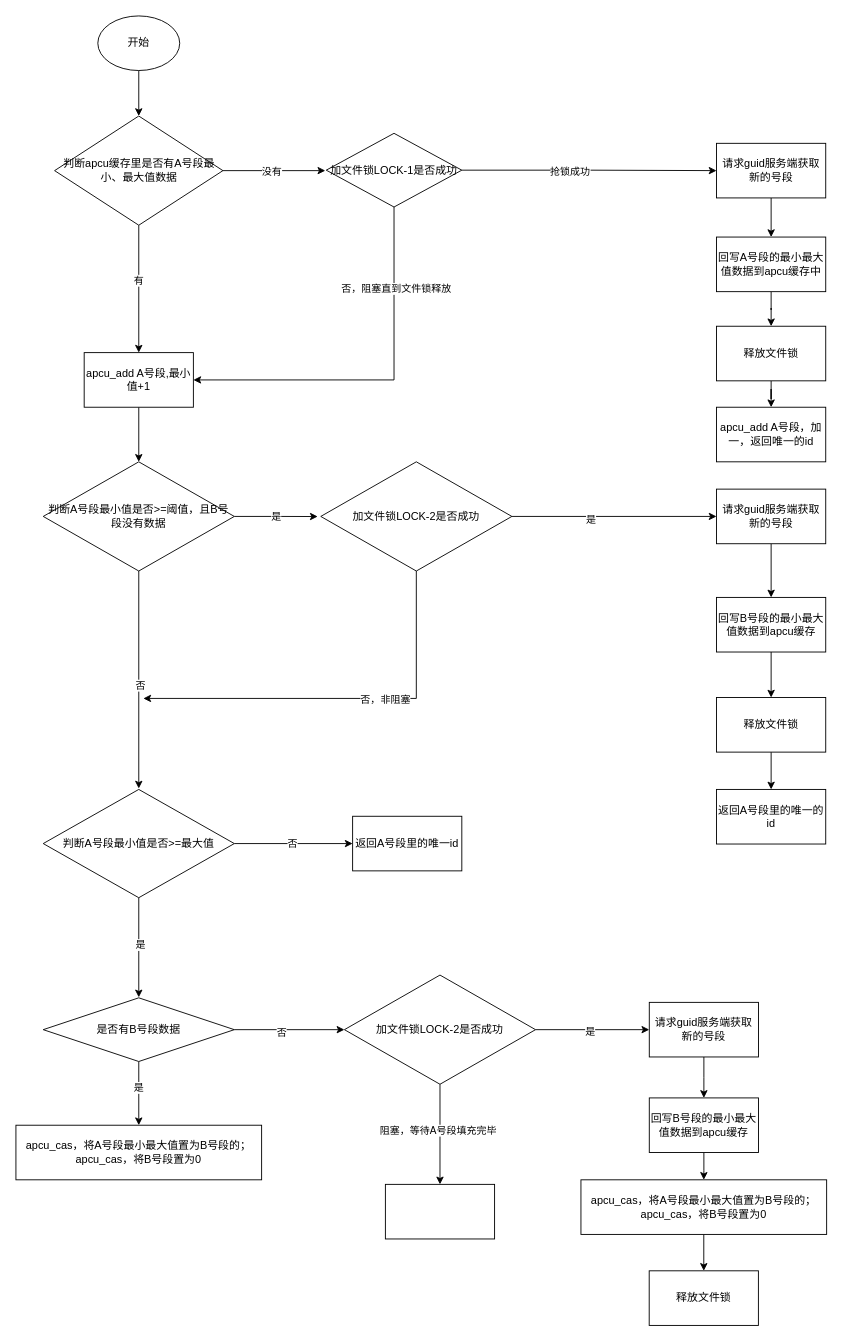
This is 全局唯一id服务-v1.drawio from yuanlj-tea/picgo, a draw.io file, before an edit. Source tidied: cells renumbered, new cells numbered last; positions are measured from the earlier drawing's top-left corner, leaving out a move shared by most shapes. Both pictures are drawn from the tidied source at 91%, with x=0, y=0 at pixel (15, 15).
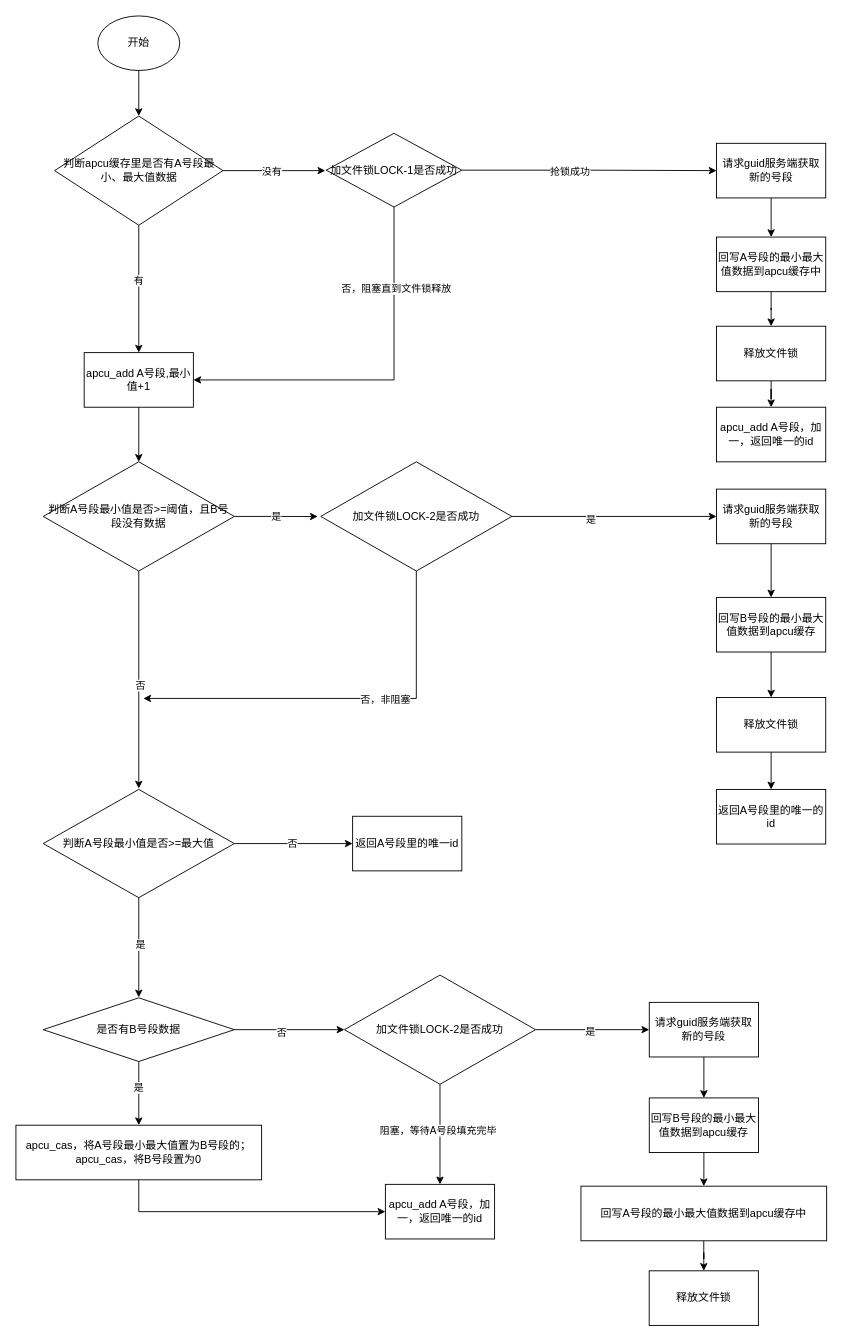
The same diagram, later.

Commit message:
更新全局唯一id服务-v1.drawio

Unchanged cells that the change refers to:
```xml
<mxCell id="51" value="apcu_cas，将A号段最小最大值置为B号段的；&lt;br&gt;apcu_cas，将B号段置为0" style="whiteSpace=wrap;html=1;" parent="1" vertex="1">
  <mxGeometry y="1219" width="270" height="60" as="geometry" />
</mxCell>
```

The edit, as a diff of the source:
```diff
@@
+    <mxCell id="65" style="edgeStyle=orthogonalEdgeStyle;rounded=0;jettySize=auto;html=1;entryX=0;entryY=0.5;entryDx=0;entryDy=0;" parent="1" edge="1" source="51" target="64">
+      <mxGeometry relative="1" as="geometry">
+        <Array as="points">
+          <mxPoint x="135" y="1314" />
+        </Array>
+      </mxGeometry>
+    </mxCell>
@@
-    <mxCell id="62" value="apcu_cas，将A号段最小最大值置为B号段的；&lt;br&gt;apcu_cas，将B号段置为0" style="whiteSpace=wrap;html=1;" parent="1" vertex="1">
-      <mxGeometry x="620.9" y="1279" width="270" height="60" as="geometry" />
+    <mxCell id="62" value="回写A号段的最小最大值数据到apcu缓存中" style="whiteSpace=wrap;html=1;" parent="1" vertex="1">
+      <mxGeometry x="620.9" y="1286" width="270" height="60" as="geometry" />
     </mxCell>
@@
-    <mxCell id="64" style="whiteSpace=wrap;html=1;" parent="1" vertex="1">
+    <mxCell id="64" value="apcu_add A号段，加一，返回唯一的id" style="whiteSpace=wrap;html=1;" parent="1" vertex="1">
       <mxGeometry x="406" y="1284" width="120" height="60" as="geometry" />
     </mxCell>
```
